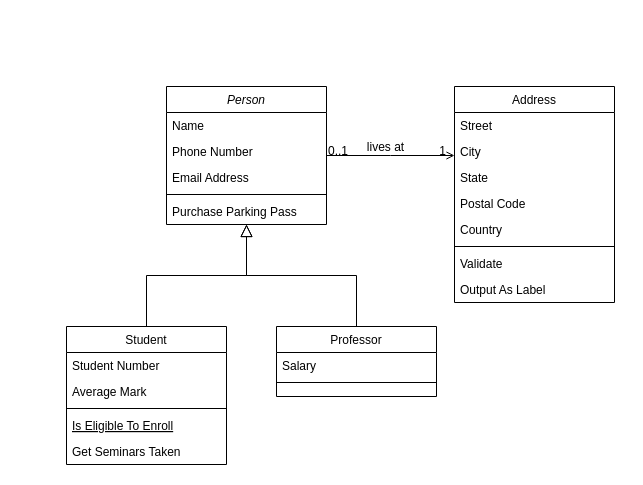
Above: Untitled Diagram.drawio in 201710223/AtencionAlUsuario (draw.io), before the change. Source tidied: cells renumbered, new cells numbered last; positions are measured from the earlier drawing's top-left corner, leaving out a move shared by most shapes. Both pictures are drawn from the tidied source at 100%, with x=0, y=0 at pixel (66, 86).
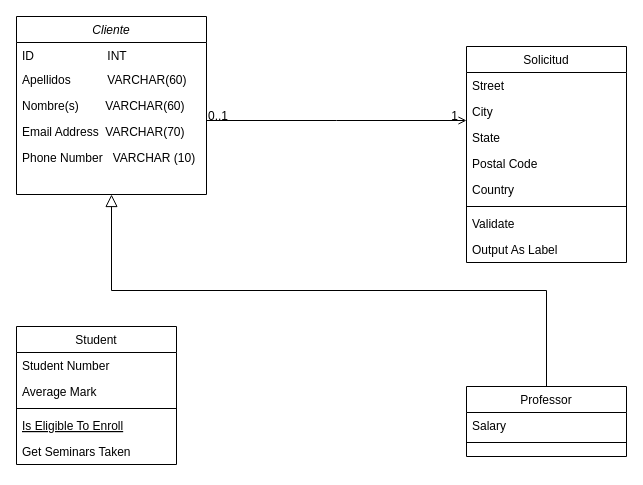
The same diagram, later.

Commit message:
Modelado Base de Datos

Unchanged cells that the change refers to:
```xml
<mxCell id="28" style="endArrow=open;shadow=0;strokeWidth=1;rounded=0;endFill=1;edgeStyle=elbowEdgeStyle;elbow=vertical;" parent="1" edge="1" source="2" target="19">
  <mxGeometry x="0.5" y="41" relative="1" as="geometry">
    <mxPoint x="-40" y="32" as="offset" />
  </mxGeometry>
</mxCell>
```

The edit, as a diff of the source:
```diff
@@
-    <mxCell id="2" value="Person" style="swimlane;fontStyle=2;align=center;verticalAlign=top;horizontal=1;startSize=26;rounded=0;shadow=0;strokeWidth=1;" parent="1" vertex="1">
-      <mxGeometry x="100" width="160" height="138" as="geometry" />
+    <mxCell id="2" value="Cliente" style="swimlane;fontStyle=2;align=center;verticalAlign=top;horizontal=1;startSize=26;rounded=0;shadow=0;strokeWidth=1;" parent="1" vertex="1">
+      <mxGeometry x="-50" y="-70" width="190" height="178" as="geometry" />
     </mxCell>
-    <mxCell id="3" value="Name" style="text;align=left;verticalAlign=top;spacingLeft=4;spacingRight=4;overflow=hidden;" parent="2" vertex="1">
-      <mxGeometry y="26" width="160" height="26" as="geometry" />
+    <mxCell id="3" value="ID                      INT&#10;" style="text;align=left;verticalAlign=top;spacingLeft=4;spacingRight=4;overflow=hidden;" parent="2" vertex="1">
+      <mxGeometry y="26" width="190" height="24" as="geometry" />
     </mxCell>
+    <mxCell id="32" value="Apellidos           VARCHAR(60)" style="text;align=left;verticalAlign=top;spacingLeft=4;spacingRight=4;overflow=hidden;" parent="2" vertex="1">
+      <mxGeometry y="50" width="190" height="26" as="geometry" />
+    </mxCell>
+    <mxCell id="33" value="Nombre(s)        VARCHAR(60)" style="text;align=left;verticalAlign=top;spacingLeft=4;spacingRight=4;overflow=hidden;" parent="2" vertex="1">
+      <mxGeometry y="76" width="190" height="26" as="geometry" />
+    </mxCell>
+    <mxCell id="5" value="Email Address  VARCHAR(70)" style="text;align=left;verticalAlign=top;spacingLeft=4;spacingRight=4;overflow=hidden;rounded=0;shadow=0;html=0;" parent="2" vertex="1">
+      <mxGeometry y="102" width="190" height="26" as="geometry" />
+    </mxCell>
-    <mxCell id="4" value="Phone Number" style="text;align=left;verticalAlign=top;spacingLeft=4;spacingRight=4;overflow=hidden;rounded=0;shadow=0;html=0;" parent="2" vertex="1">
-      <mxGeometry y="52" width="160" height="26" as="geometry" />
+    <mxCell id="4" value="Phone Number   VARCHAR (10)" style="text;align=left;verticalAlign=top;spacingLeft=4;spacingRight=4;overflow=hidden;rounded=0;shadow=0;html=0;" parent="2" vertex="1">
+      <mxGeometry y="128" width="190" height="26" as="geometry" />
     </mxCell>
-    <mxCell id="5" value="Email Address" style="text;align=left;verticalAlign=top;spacingLeft=4;spacingRight=4;overflow=hidden;rounded=0;shadow=0;html=0;" parent="2" vertex="1">
-      <mxGeometry y="78" width="160" height="26" as="geometry" />
-    </mxCell>
-    <mxCell id="6" style="line;html=1;strokeWidth=1;align=left;verticalAlign=middle;spacingTop=-1;spacingLeft=3;spacingRight=3;labelPosition=right;" parent="2" vertex="1">
-      <mxGeometry y="104" width="160" height="8" as="geometry" />
-    </mxCell>
-    <mxCell id="7" value="Purchase Parking Pass" style="text;align=left;verticalAlign=top;spacingLeft=4;spacingRight=4;overflow=hidden;" parent="2" vertex="1">
-      <mxGeometry y="112" width="160" height="26" as="geometry" />
-    </mxCell>
     <mxCell id="8" value="Student" style="swimlane;fontStyle=0;align=center;verticalAlign=top;horizontal=1;startSize=26;rounded=0;shadow=0;strokeWidth=1;" parent="1" vertex="1">
-      <mxGeometry y="240" width="160" height="138" as="geometry" />
+      <mxGeometry x="-50" y="240" width="160" height="138" as="geometry" />
     </mxCell>
@@
-    <mxCell id="14" style="endArrow=block;endSize=10;endFill=0;shadow=0;strokeWidth=1;rounded=0;edgeStyle=elbowEdgeStyle;elbow=vertical;" parent="1" edge="1" source="8" target="2">
-      <mxGeometry relative="1" as="geometry" />
-    </mxCell>
     <mxCell id="15" value="Professor" style="swimlane;fontStyle=0;align=center;verticalAlign=top;horizontal=1;startSize=26;rounded=0;shadow=0;strokeWidth=1;" parent="1" vertex="1">
-      <mxGeometry x="210" y="240" width="160" height="70" as="geometry" />
+      <mxGeometry x="400" y="300" width="160" height="70" as="geometry" />
     </mxCell>
@@
-    <mxCell id="19" value="Address" style="swimlane;fontStyle=0;align=center;verticalAlign=top;horizontal=1;startSize=26;rounded=0;shadow=0;strokeWidth=1;" parent="1" vertex="1">
-      <mxGeometry x="388" width="160" height="216" as="geometry" />
+    <mxCell id="19" value="Solicitud" style="swimlane;fontStyle=0;align=center;verticalAlign=top;horizontal=1;startSize=26;rounded=0;shadow=0;strokeWidth=1;" parent="1" vertex="1">
+      <mxGeometry x="400" y="-40" width="160" height="216" as="geometry" />
     </mxCell>
@@
-    <mxCell id="31" value="lives at" style="text;html=1;align=center;verticalAlign=middle;labelBackgroundColor=none;rounded=0;shadow=0;strokeWidth=1;fontSize=12;" parent="28" vertex="1">
-      <mxGeometry x="0.5" y="49" relative="1" as="geometry">
-        <mxPoint x="-38" y="40" as="offset" />
-      </mxGeometry>
-    </mxCell>
```
